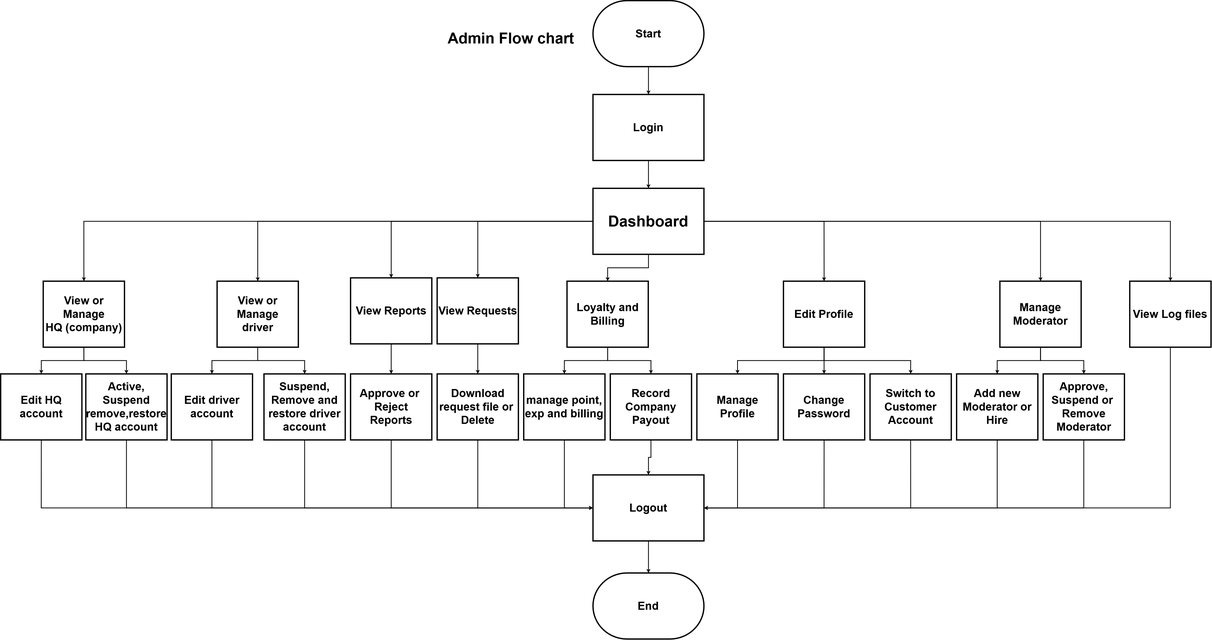
This is Diagrams/flowchart/save_as_photo/Admin.png from MoleOFKO/Map_And_Pump, a draw.io export, as it was before one commit. Source tidied: cells renumbered, new cells last; positions are measured from the earlier drawing's top-left corner, leaving out a move shared by most shapes.
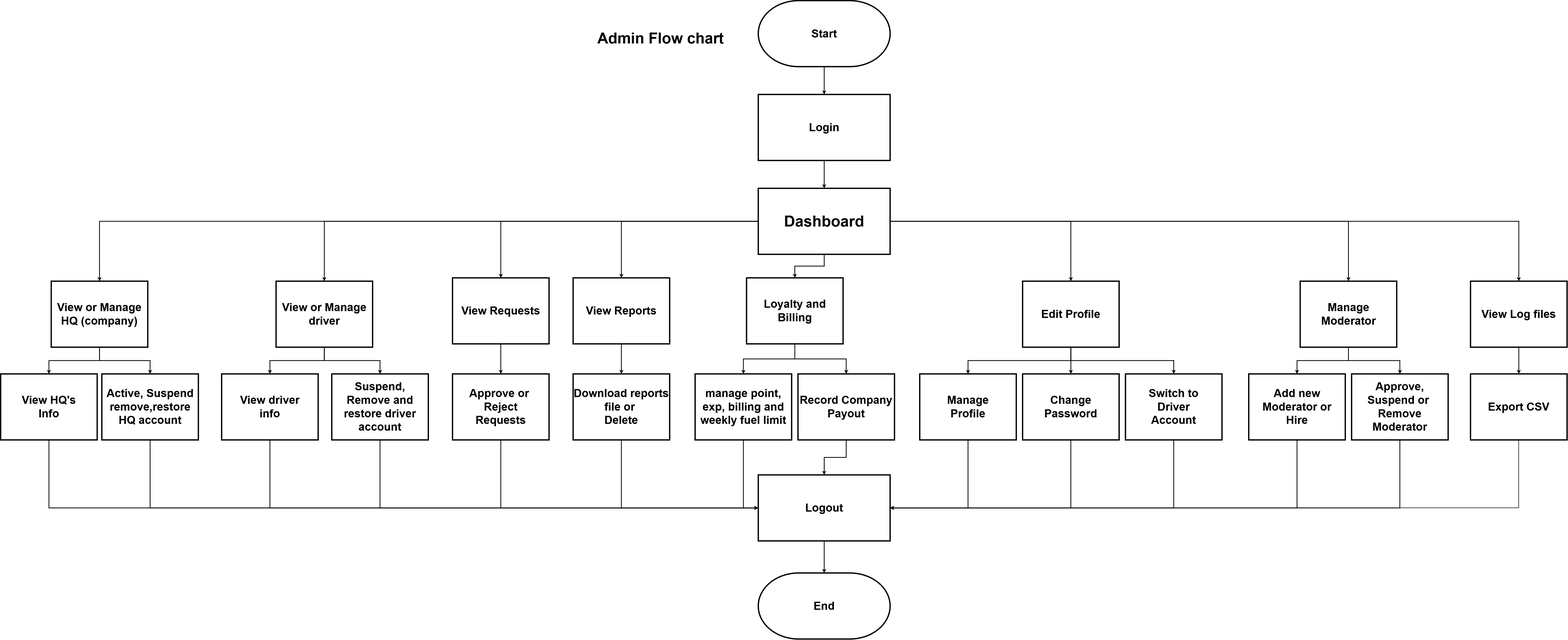
The same file after the commit.

What changed in the source:
```diff
@@ -1,2 +1,2 @@
-<mxGraphModel background="#ffffff">
+<mxGraphModel background="light-dark(#FFFFFF,#FFFFFF)">
   <root>
@@ -5,3 +5,3 @@
     <mxCell id="2" style="group;fontSize=15;strokeWidth=5;fontStyle=1;" parent="1" vertex="1">
-      <mxGeometry y="9" width="4620" height="2422" as="geometry" />
+      <mxGeometry y="9" width="5487" height="2422" as="geometry" />
     </mxCell>
@@ -11,3 +11,3 @@
     <mxCell id="4" value="Start" style="strokeWidth=5;html=1;shape=mxgraph.flowchart.terminator;whiteSpace=wrap;fontSize=43;fontStyle=1;" parent="2" vertex="1">
-      <mxGeometry x="2276.5" y="-9.1" width="426.5" height="253.5" as="geometry" />
+      <mxGeometry x="2703.7" y="-9.1" width="506.5" height="253.5" as="geometry" />
     </mxCell>
@@ -17,3 +17,3 @@
     <mxCell id="6" value="Login" style="rounded=0;whiteSpace=wrap;html=1;strokeWidth=5;fontSize=43;fontStyle=1;labelBorderColor=none;textShadow=0;" parent="2" vertex="1">
-      <mxGeometry x="2276.5" y="351.3" width="426.5" height="253.5" as="geometry" />
+      <mxGeometry x="2703.7" y="351.3" width="506.5" height="253.5" as="geometry" />
     </mxCell>
@@ -40,7 +40,4 @@
     </mxCell>
-    <mxCell id="14" style="edgeStyle=orthogonalEdgeStyle;shape=connector;rounded=0;html=1;exitX=1;exitY=0.5;exitDx=0;exitDy=0;entryX=0.5;entryY=0;entryDx=0;entryDy=0;strokeColor=default;strokeWidth=3;align=center;verticalAlign=middle;fontFamily=Helvetica;fontSize=11;fontColor=default;labelBackgroundColor=default;endArrow=classic;fontStyle=1;" parent="2" edge="1" source="15" target="63">
-      <mxGeometry relative="1" as="geometry" />
-    </mxCell>
     <mxCell id="15" value="&lt;font style=&quot;font-size: 59px;&quot;&gt;Dashboard&lt;/font&gt;" style="whiteSpace=wrap;html=1;fontSize=43;rounded=0;strokeWidth=5;fontStyle=1;labelBorderColor=none;" parent="2" vertex="1">
-      <mxGeometry x="2276.5" y="711.8" width="426.5" height="253.5" as="geometry" />
+      <mxGeometry x="2703.7" y="711.8" width="506.5" height="253.5" as="geometry" />
     </mxCell>
@@ -53,3 +50,3 @@
     <mxCell id="18" value="View or Manage&lt;div&gt;HQ (company)&lt;/div&gt;" style="whiteSpace=wrap;html=1;fontSize=43;rounded=0;strokeWidth=5;fontStyle=1;labelBorderColor=none;fontFamily=Helvetica;fontColor=default;align=center;verticalAlign=middle;" parent="2" vertex="1">
-      <mxGeometry x="163.7" y="1068.4" width="312.3" height="253.5" as="geometry" />
+      <mxGeometry x="-12.6" y="1068.4" width="370.9" height="253.5" as="geometry" />
     </mxCell>
@@ -58,4 +55,4 @@
     </mxCell>
-    <mxCell id="20" value="Edit HQ&lt;div&gt;account&lt;/div&gt;" style="whiteSpace=wrap;html=1;fontSize=43;rounded=0;strokeWidth=5;fontStyle=1;labelBorderColor=none;" parent="2" vertex="1">
-      <mxGeometry y="1424.6" width="312.3" height="253.5" as="geometry" />
+    <mxCell id="20" value="View HQ's&lt;div&gt;Info&lt;/div&gt;" style="whiteSpace=wrap;html=1;fontSize=43;rounded=0;strokeWidth=5;fontStyle=1;labelBorderColor=none;" parent="2" vertex="1">
+      <mxGeometry x="-207" y="1424.6" width="370.9" height="253.5" as="geometry" />
     </mxCell>
@@ -65,3 +62,3 @@
     <mxCell id="22" value="Active, Suspend&lt;div&gt;remove,restore&lt;/div&gt;&lt;div&gt;HQ account&lt;/div&gt;" style="whiteSpace=wrap;html=1;fontSize=43;rounded=0;strokeWidth=5;fontStyle=1;labelBorderColor=none;" parent="2" vertex="1">
-      <mxGeometry x="327.3" y="1424.6" width="312.3" height="253.5" as="geometry" />
+      <mxGeometry x="181.7" y="1424.6" width="370.9" height="253.5" as="geometry" />
     </mxCell>
@@ -74,3 +71,3 @@
     <mxCell id="25" value="View or Manage&lt;div&gt;driver&lt;/div&gt;" style="whiteSpace=wrap;html=1;fontSize=43;rounded=0;strokeWidth=5;fontStyle=1;labelBorderColor=none;fontFamily=Helvetica;fontColor=default;align=center;verticalAlign=middle;" parent="2" vertex="1">
-      <mxGeometry x="831.8" y="1068.4" width="312.3" height="253.5" as="geometry" />
+      <mxGeometry x="851.1" y="1068.4" width="370.9" height="253.5" as="geometry" />
     </mxCell>
@@ -79,4 +76,4 @@
     </mxCell>
-    <mxCell id="27" value="Edit driver&lt;div&gt;account&lt;/div&gt;" style="whiteSpace=wrap;html=1;fontSize=43;rounded=0;strokeWidth=5;fontStyle=1;labelBorderColor=none;" parent="2" vertex="1">
-      <mxGeometry x="655.8" y="1424.6" width="312.3" height="253.5" as="geometry" />
+    <mxCell id="27" value="View driver&lt;div&gt;info&lt;/div&gt;" style="whiteSpace=wrap;html=1;fontSize=43;rounded=0;strokeWidth=5;fontStyle=1;labelBorderColor=none;" parent="2" vertex="1">
+      <mxGeometry x="642" y="1424.6" width="370.9" height="253.5" as="geometry" />
     </mxCell>
@@ -86,3 +83,3 @@
     <mxCell id="29" value="Suspend, Remove and restore driver account" style="whiteSpace=wrap;html=1;fontSize=43;rounded=0;strokeWidth=5;fontStyle=1;labelBorderColor=none;" parent="2" vertex="1">
-      <mxGeometry x="1012.1" y="1424.6" width="312.3" height="253.5" as="geometry" />
+      <mxGeometry x="1065.2" y="1424.6" width="370.9" height="253.5" as="geometry" />
     </mxCell>
@@ -91,4 +88,4 @@
     </mxCell>
-    <mxCell id="31" value="View Reports" style="whiteSpace=wrap;html=1;fontSize=43;rounded=0;strokeWidth=5;fontStyle=1;labelBorderColor=none;" parent="2" vertex="1">
-      <mxGeometry x="1344.8" y="1055.6" width="312.3" height="253.5" as="geometry" />
+    <mxCell id="31" value="View Requests" style="whiteSpace=wrap;html=1;fontSize=43;rounded=0;strokeWidth=5;fontStyle=1;labelBorderColor=none;" parent="2" vertex="1">
+      <mxGeometry x="1529" y="1055.6" width="370.9" height="253.5" as="geometry" />
     </mxCell>
@@ -97,4 +94,4 @@
     </mxCell>
-    <mxCell id="33" value="Approve or&amp;nbsp;&lt;div&gt;Reject&lt;/div&gt;&lt;div&gt;Reports&lt;/div&gt;" style="whiteSpace=wrap;html=1;fontSize=43;rounded=0;strokeWidth=5;fontStyle=1;labelBorderColor=none;" parent="2" vertex="1">
-      <mxGeometry x="1344.8" y="1424.6" width="312.3" height="253.5" as="geometry" />
+    <mxCell id="33" value="Approve or&amp;nbsp;&lt;div&gt;Reject&lt;/div&gt;&lt;div&gt;Requests&lt;/div&gt;" style="whiteSpace=wrap;html=1;fontSize=43;rounded=0;strokeWidth=5;fontStyle=1;labelBorderColor=none;" parent="2" vertex="1">
+      <mxGeometry x="1529" y="1424.6" width="370.9" height="253.5" as="geometry" />
     </mxCell>
@@ -103,4 +100,4 @@
     </mxCell>
-    <mxCell id="35" value="View Requests" style="whiteSpace=wrap;html=1;fontSize=43;rounded=0;strokeWidth=5;fontStyle=1;labelBorderColor=none;" parent="2" vertex="1">
-      <mxGeometry x="1677.5" y="1055.6" width="312.3" height="253.5" as="geometry" />
+    <mxCell id="35" value="View Reports" style="whiteSpace=wrap;html=1;fontSize=43;rounded=0;strokeWidth=5;fontStyle=1;labelBorderColor=none;" parent="2" vertex="1">
+      <mxGeometry x="1992.4" y="1055.6" width="370.9" height="253.5" as="geometry" />
     </mxCell>
@@ -109,4 +106,4 @@
     </mxCell>
-    <mxCell id="37" value="Download request file or&amp;nbsp;&lt;div&gt;Delete&lt;/div&gt;" style="whiteSpace=wrap;html=1;fontSize=43;rounded=0;strokeWidth=5;fontStyle=1;labelBorderColor=none;" parent="2" vertex="1">
-      <mxGeometry x="1677.5" y="1424.6" width="312.3" height="253.5" as="geometry" />
+    <mxCell id="37" value="Download reports file or&amp;nbsp;&lt;div&gt;Delete&lt;/div&gt;" style="whiteSpace=wrap;html=1;fontSize=43;rounded=0;strokeWidth=5;fontStyle=1;labelBorderColor=none;" parent="2" vertex="1">
+      <mxGeometry x="1992.4" y="1424.6" width="370.9" height="253.5" as="geometry" />
     </mxCell>
@@ -119,3 +116,3 @@
     <mxCell id="40" value="Loyalty and&lt;div&gt;Billing&lt;/div&gt;" style="whiteSpace=wrap;html=1;fontSize=43;rounded=0;strokeWidth=5;fontStyle=1;labelBorderColor=none;" parent="2" vertex="1">
-      <mxGeometry x="2176.7" y="1068.4" width="312.3" height="253.5" as="geometry" />
+      <mxGeometry x="2658.6" y="1055.6" width="370.9" height="253.5" as="geometry" />
     </mxCell>
@@ -124,4 +121,4 @@
     </mxCell>
-    <mxCell id="42" value="manage point,&lt;div&gt;exp and billing&lt;/div&gt;" style="whiteSpace=wrap;html=1;fontSize=43;rounded=0;strokeWidth=5;fontStyle=1;labelBorderColor=none;" parent="2" vertex="1">
-      <mxGeometry x="2010.3" y="1424.6" width="312.3" height="253.5" as="geometry" />
+    <mxCell id="42" value="manage point,&lt;div&gt;exp, billing and&lt;/div&gt;&lt;div&gt;weekly fuel limit&lt;/div&gt;" style="whiteSpace=wrap;html=1;fontSize=43;rounded=0;strokeWidth=5;fontStyle=1;labelBorderColor=none;" parent="2" vertex="1">
+      <mxGeometry x="2461" y="1424.6" width="370.9" height="253.5" as="geometry" />
     </mxCell>
@@ -131,3 +128,3 @@
     <mxCell id="44" value="Record Company Payout" style="whiteSpace=wrap;html=1;fontSize=43;rounded=0;strokeWidth=5;fontStyle=1;labelBorderColor=none;" parent="2" vertex="1">
-      <mxGeometry x="2343" y="1424.6" width="312.3" height="253.5" as="geometry" />
+      <mxGeometry x="2856.2" y="1424.6" width="370.9" height="253.5" as="geometry" />
     </mxCell>
@@ -143,3 +140,3 @@
     <mxCell id="48" value="Edit Profile" style="whiteSpace=wrap;html=1;fontSize=43;rounded=0;strokeWidth=5;fontStyle=1;labelBorderColor=none;" parent="2" vertex="1">
-      <mxGeometry x="3008.5" y="1068.4" width="312.3" height="253.5" as="geometry" />
+      <mxGeometry x="3719.2" y="1068.4" width="370.9" height="253.5" as="geometry" />
     </mxCell>
@@ -149,3 +146,3 @@
     <mxCell id="50" value="Manage&lt;div&gt;Profile&lt;/div&gt;" style="whiteSpace=wrap;html=1;fontSize=43;rounded=0;strokeWidth=5;fontStyle=1;labelBorderColor=none;" parent="2" vertex="1">
-      <mxGeometry x="2675.8" y="1424.6" width="312.3" height="253.5" as="geometry" />
+      <mxGeometry x="3324" y="1424.6" width="370.9" height="253.5" as="geometry" />
     </mxCell>
@@ -154,4 +151,4 @@
     </mxCell>
-    <mxCell id="52" value="Change&lt;div&gt;Password&lt;/div&gt;" style="whiteSpace=wrap;html=1;fontSize=43;rounded=0;strokeWidth=5;fontStyle=1;labelBorderColor=none;" parent="2" vertex="1">
-      <mxGeometry x="3008.5" y="1424.6" width="312.3" height="253.5" as="geometry" />
+    <mxCell id="52" value="Change&lt;br&gt;&lt;div&gt;Password&lt;/div&gt;" style="whiteSpace=wrap;html=1;fontSize=43;rounded=0;strokeWidth=5;fontStyle=1;labelBorderColor=none;" parent="2" vertex="1">
+      <mxGeometry x="3719.2" y="1424.6" width="370.9" height="253.5" as="geometry" />
     </mxCell>
@@ -160,4 +157,4 @@
     </mxCell>
-    <mxCell id="54" value="Switch to&lt;div&gt;Customer&lt;/div&gt;&lt;div&gt;Account&lt;/div&gt;" style="whiteSpace=wrap;html=1;fontSize=43;rounded=0;strokeWidth=5;fontStyle=1;labelBorderColor=none;" parent="2" vertex="1">
-      <mxGeometry x="3341.2" y="1424.6" width="312.3" height="253.5" as="geometry" />
+    <mxCell id="54" value="Switch to&lt;div&gt;Driver&lt;/div&gt;&lt;div&gt;Account&lt;/div&gt;" style="whiteSpace=wrap;html=1;fontSize=43;rounded=0;strokeWidth=5;fontStyle=1;labelBorderColor=none;" parent="2" vertex="1">
+      <mxGeometry x="4114.4" y="1424.6" width="370.9" height="253.5" as="geometry" />
     </mxCell>
@@ -170,3 +167,3 @@
     <mxCell id="57" value="Manage Moderator" style="whiteSpace=wrap;html=1;fontSize=43;rounded=0;strokeWidth=5;fontStyle=1;labelBorderColor=none;" parent="2" vertex="1">
-      <mxGeometry x="3840.3" y="1068.4" width="312.3" height="253.5" as="geometry" />
+      <mxGeometry x="4785.6" y="1068.4" width="370.9" height="253.5" as="geometry" />
     </mxCell>
@@ -176,3 +173,3 @@
     <mxCell id="59" value="Add new Moderator or&lt;div&gt;Hire&lt;/div&gt;" style="whiteSpace=wrap;html=1;fontSize=43;rounded=0;strokeWidth=5;fontStyle=1;labelBorderColor=none;" parent="2" vertex="1">
-      <mxGeometry x="3674" y="1424.6" width="312.3" height="253.5" as="geometry" />
+      <mxGeometry x="4588" y="1424.6" width="370.9" height="253.5" as="geometry" />
     </mxCell>
@@ -182,10 +179,4 @@
     <mxCell id="61" value="Approve, Suspend or&amp;nbsp;&lt;div&gt;Remove&lt;/div&gt;&lt;div&gt;Moderator&lt;/div&gt;" style="whiteSpace=wrap;html=1;fontSize=43;rounded=0;strokeWidth=5;fontStyle=1;labelBorderColor=none;" parent="2" vertex="1">
-      <mxGeometry x="4006.7" y="1424.6" width="312.3" height="253.5" as="geometry" />
+      <mxGeometry x="4983.2" y="1424.6" width="370.9" height="253.5" as="geometry" />
     </mxCell>
-    <mxCell id="62" style="edgeStyle=orthogonalEdgeStyle;shape=connector;rounded=0;html=1;exitX=0.5;exitY=1;exitDx=0;exitDy=0;entryX=1;entryY=0.5;entryDx=0;entryDy=0;strokeColor=default;strokeWidth=3;align=center;verticalAlign=middle;fontFamily=Helvetica;fontSize=11;fontColor=default;labelBackgroundColor=default;endArrow=classic;fontStyle=1;" parent="2" edge="1" source="63" target="65">
-      <mxGeometry relative="1" as="geometry" />
-    </mxCell>
-    <mxCell id="63" value="View Log files" style="whiteSpace=wrap;html=1;fontSize=43;rounded=0;strokeWidth=5;fontStyle=1;labelBorderColor=none;" parent="2" vertex="1">
-      <mxGeometry x="4339.4" y="1068.4" width="312.3" height="253.5" as="geometry" />
-    </mxCell>
     <mxCell id="64" style="edgeStyle=orthogonalEdgeStyle;shape=connector;rounded=0;html=1;strokeColor=default;strokeWidth=3;align=center;verticalAlign=middle;fontFamily=Helvetica;fontSize=11;fontColor=default;labelBackgroundColor=default;endArrow=classic;fontStyle=1;" parent="2" edge="1" source="65" target="66">
@@ -194,10 +185,25 @@
     <mxCell id="65" value="Logout" style="whiteSpace=wrap;html=1;fontSize=43;rounded=0;strokeWidth=5;fontStyle=1;labelBorderColor=none;" parent="2" vertex="1">
-      <mxGeometry x="2276.5" y="1812.5" width="426.5" height="253.5" as="geometry" />
+      <mxGeometry x="2703.7" y="1812.5" width="506.5" height="253.5" as="geometry" />
     </mxCell>
     <mxCell id="66" value="End" style="strokeWidth=5;html=1;shape=mxgraph.flowchart.terminator;whiteSpace=wrap;fontSize=43;fontStyle=1;" parent="2" vertex="1">
-      <mxGeometry x="2276.5" y="2189.1" width="426.5" height="253.5" as="geometry" />
+      <mxGeometry x="2703.7" y="2189.1" width="506.5" height="253.5" as="geometry" />
     </mxCell>
     <mxCell id="67" value="&lt;font style=&quot;font-size: 58px;&quot;&gt;Admin Flow chart&lt;/font&gt;" style="text;html=1;whiteSpace=wrap;strokeColor=none;fillColor=none;align=center;verticalAlign=middle;rounded=0;fontFamily=Helvetica;fontSize=55;fontColor=default;fontStyle=1;labelBorderColor=none;" parent="2" vertex="1">
-      <mxGeometry x="1677.5" y="26.4" width="567.5" height="218" as="geometry" />
+      <mxGeometry x="1992.4" y="26.4" width="674" height="218" as="geometry" />
     </mxCell>
+    <mxCell id="63" value="View Log files" style="whiteSpace=wrap;html=1;fontSize=43;rounded=0;strokeWidth=5;fontStyle=1;labelBorderColor=none;" parent="1" vertex="1">
+      <mxGeometry x="5440" y="1077.4" width="370.9" height="253.5" as="geometry" />
+    </mxCell>
+    <mxCell id="14" style="edgeStyle=orthogonalEdgeStyle;shape=connector;rounded=0;html=1;exitX=1;exitY=0.5;exitDx=0;exitDy=0;entryX=0.5;entryY=0;entryDx=0;entryDy=0;strokeColor=default;strokeWidth=3;align=center;verticalAlign=middle;fontFamily=Helvetica;fontSize=11;fontColor=default;labelBackgroundColor=default;endArrow=classic;fontStyle=1;" parent="1" edge="1" source="15" target="63">
+      <mxGeometry relative="1" as="geometry" />
+    </mxCell>
+    <mxCell id="62" style="edgeStyle=orthogonalEdgeStyle;shape=connector;rounded=0;html=1;exitX=0.5;exitY=1;exitDx=0;exitDy=0;strokeColor=default;strokeWidth=3;align=center;verticalAlign=middle;fontFamily=Helvetica;fontSize=11;fontColor=default;labelBackgroundColor=default;endArrow=classic;fontStyle=1;" parent="1" edge="1" source="63" target="69">
+      <mxGeometry relative="1" as="geometry" />
+    </mxCell>
+    <mxCell id="68" style="edgeStyle=orthogonalEdgeStyle;shape=connector;rounded=0;html=1;exitX=0.5;exitY=1;exitDx=0;exitDy=0;entryX=1;entryY=0.5;entryDx=0;entryDy=0;strokeColor=default;strokeWidth=2;align=center;verticalAlign=middle;fontFamily=Helvetica;fontSize=11;fontColor=default;labelBackgroundColor=default;endArrow=classic;" parent="1" edge="1" source="69" target="65">
+      <mxGeometry relative="1" as="geometry" />
+    </mxCell>
+    <mxCell id="69" value="Export CSV" style="whiteSpace=wrap;html=1;fontSize=43;rounded=0;strokeWidth=5;fontStyle=1;labelBorderColor=none;" parent="1" vertex="1">
+      <mxGeometry x="5440" y="1433.6" width="370.9" height="253.5" as="geometry" />
+    </mxCell>
   </root>
```
